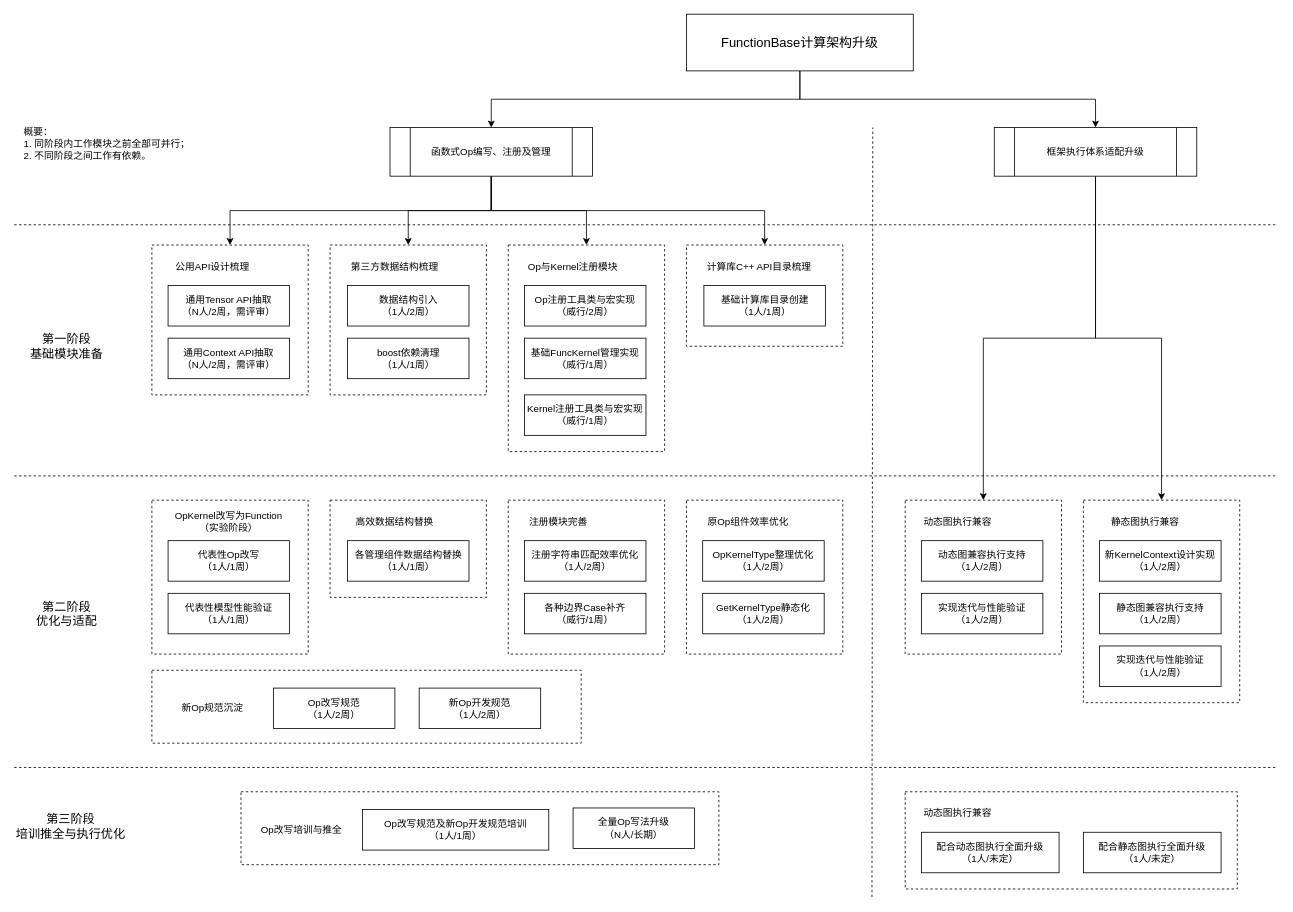
Before: page "Works" (1 of 10) of op2func.drawio in chenwhql/diagrams, a draw.io diagram. Source tidied: cells renumbered, new cells numbered last; positions are measured from the earlier drawing's top-left corner, leaving out a move shared by most shapes. Both pictures are drawn from the tidied source at 81%, with x=0, y=0 at pixel (14, 14).
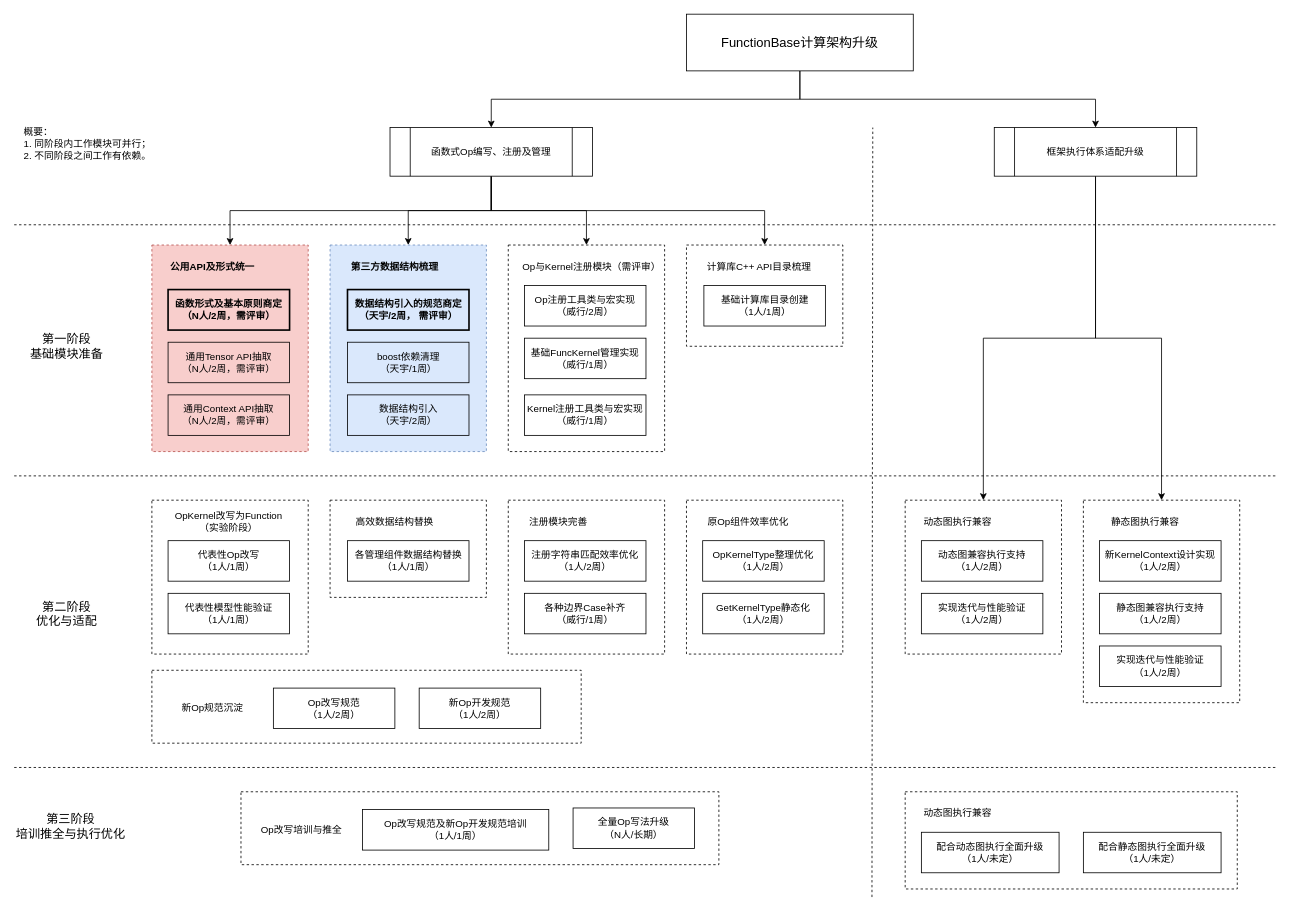
The same page after the edit.

Diff of the diagram source:
```diff
@@
-    <mxCell id="5" style="rounded=0;whiteSpace=wrap;html=1;dashed=1;fillColor=none;" parent="1" vertex="1">
-      <mxGeometry x="390" y="285" width="193" height="185" as="geometry" />
+    <mxCell id="5" style="rounded=0;whiteSpace=wrap;html=1;dashed=1;fillColor=#dae8fc;strokeColor=#6c8ebf;" parent="1" vertex="1">
+      <mxGeometry x="390" y="285" width="193" height="255" as="geometry" />
     </mxCell>
-    <mxCell id="6" style="rounded=0;whiteSpace=wrap;html=1;dashed=1;fillColor=none;" parent="1" vertex="1">
-      <mxGeometry x="170" y="285" width="193" height="185" as="geometry" />
+    <mxCell id="6" style="rounded=0;whiteSpace=wrap;html=1;dashed=1;fillColor=#f8cecc;strokeColor=#b85450;" parent="1" vertex="1">
+      <mxGeometry x="170" y="285" width="193" height="255" as="geometry" />
     </mxCell>
@@
-    <mxCell id="10" value="数据结构引入&lt;br&gt;（1人/2周）" style="text;html=1;fillColor=none;align=center;verticalAlign=middle;whiteSpace=wrap;rounded=0;strokeColor=#000000;" parent="1" vertex="1">
-      <mxGeometry x="411.5" y="335" width="150" height="50" as="geometry" />
+    <mxCell id="10" value="数据结构引入&lt;br&gt;（天宇/2周）" style="text;html=1;fillColor=none;align=center;verticalAlign=middle;whiteSpace=wrap;rounded=0;strokeColor=#000000;" parent="1" vertex="1">
+      <mxGeometry x="411.5" y="470" width="150" height="50" as="geometry" />
     </mxCell>
     <mxCell id="11" value="通用Tensor API抽取&lt;br&gt;（N人/2周，需评审）" style="text;html=1;fillColor=none;align=center;verticalAlign=middle;whiteSpace=wrap;rounded=0;strokeColor=#000000;" parent="1" vertex="1">
-      <mxGeometry x="190" y="335" width="150" height="50" as="geometry" />
+      <mxGeometry x="190" y="405" width="150" height="50" as="geometry" />
     </mxCell>
     <mxCell id="12" value="通用Context API抽取&lt;br&gt;（N人/2周，需评审）" style="text;html=1;fillColor=none;align=center;verticalAlign=middle;whiteSpace=wrap;rounded=0;strokeColor=#000000;" parent="1" vertex="1">
-      <mxGeometry x="190" y="400" width="150" height="50" as="geometry" />
+      <mxGeometry x="190" y="470" width="150" height="50" as="geometry" />
     </mxCell>
-    <mxCell id="13" value="boost依赖清理&lt;br&gt;（1人/1周）" style="text;html=1;fillColor=none;align=center;verticalAlign=middle;whiteSpace=wrap;rounded=0;strokeColor=#000000;" parent="1" vertex="1">
-      <mxGeometry x="411.5" y="400" width="150" height="50" as="geometry" />
+    <mxCell id="13" value="boost依赖清理&lt;br&gt;（天宇/1周）" style="text;html=1;fillColor=none;align=center;verticalAlign=middle;whiteSpace=wrap;rounded=0;strokeColor=#000000;" parent="1" vertex="1">
+      <mxGeometry x="411.5" y="405" width="150" height="50" as="geometry" />
     </mxCell>
@@
-    <mxCell id="23" value="公用API设计梳理" style="text;html=1;strokeColor=none;fillColor=none;align=center;verticalAlign=middle;whiteSpace=wrap;rounded=0;" parent="1" vertex="1">
+    <mxCell id="23" value="公用API及形式统一" style="text;html=1;strokeColor=none;fillColor=none;align=center;verticalAlign=middle;whiteSpace=wrap;rounded=0;fontStyle=1;" parent="1" vertex="1">
       <mxGeometry x="190" y="302" width="110" height="20" as="geometry" />
     </mxCell>
-    <mxCell id="24" value="第三方数据结构梳理" style="text;html=1;strokeColor=none;fillColor=none;align=center;verticalAlign=middle;whiteSpace=wrap;rounded=0;" parent="1" vertex="1">
+    <mxCell id="24" value="第三方数据结构梳理" style="text;html=1;strokeColor=none;fillColor=none;align=center;verticalAlign=middle;whiteSpace=wrap;rounded=0;fontStyle=1;" parent="1" vertex="1">
       <mxGeometry x="410" y="302" width="120" height="20" as="geometry" />
     </mxCell>
-    <mxCell id="25" style="rounded=0;whiteSpace=wrap;html=1;dashed=1;fillColor=none;" parent="1" vertex="1">
+    <mxCell id="25" style="rounded=0;whiteSpace=wrap;html=1;dashed=1;" parent="1" vertex="1">
       <mxGeometry x="610" y="285" width="193" height="255" as="geometry" />
     </mxCell>
-    <mxCell id="26" value="Op与Kernel注册模块" style="text;html=1;strokeColor=none;fillColor=none;align=center;verticalAlign=middle;whiteSpace=wrap;rounded=0;" parent="1" vertex="1">
-      <mxGeometry x="630" y="302" width="120" height="20" as="geometry" />
+    <mxCell id="26" value="Op与Kernel注册模块（需评审）" style="text;html=1;strokeColor=none;fillColor=none;align=center;verticalAlign=middle;whiteSpace=wrap;rounded=0;" parent="1" vertex="1">
+      <mxGeometry x="623" y="302" width="180" height="20" as="geometry" />
     </mxCell>
@@
-    <mxCell id="34" value="&lt;div&gt;&lt;span&gt;概要：&lt;/span&gt;&lt;/div&gt;&lt;div&gt;&lt;span&gt;1. 同阶段内工作模块之前全部可并行；&lt;/span&gt;&lt;/div&gt;&lt;div&gt;&lt;span&gt;2. 不同阶段之间工作有依赖。&lt;/span&gt;&lt;/div&gt;" style="text;html=1;strokeColor=none;fillColor=none;align=left;verticalAlign=middle;whiteSpace=wrap;rounded=0;dashed=1;" parent="1" vertex="1">
+    <mxCell id="34" value="&lt;div&gt;&lt;span&gt;概要：&lt;/span&gt;&lt;/div&gt;&lt;div&gt;&lt;span&gt;1. 同阶段内工作模块可并行；&lt;/span&gt;&lt;/div&gt;&lt;div&gt;&lt;span&gt;2. 不同阶段之间工作有依赖。&lt;/span&gt;&lt;/div&gt;" style="text;html=1;strokeColor=none;fillColor=none;align=left;verticalAlign=middle;whiteSpace=wrap;rounded=0;dashed=1;" parent="1" vertex="1">
       <mxGeometry x="10" y="120" width="260" height="80" as="geometry" />
     </mxCell>
@@
+    <mxCell id="73" value="函数形式及基本原则商定&lt;br&gt;（N人/2周，需评审）" style="text;html=1;fillColor=none;align=center;verticalAlign=middle;whiteSpace=wrap;rounded=0;strokeColor=#000000;fontStyle=1;strokeWidth=2;" parent="1" vertex="1">
+      <mxGeometry x="190" y="340" width="150" height="50" as="geometry" />
+    </mxCell>
+    <mxCell id="74" value="数据结构引入的规范商定&lt;br&gt;（天宇/2周， 需评审）" style="text;html=1;fillColor=none;align=center;verticalAlign=middle;whiteSpace=wrap;rounded=0;strokeColor=#000000;fontStyle=1;strokeWidth=2;" parent="1" vertex="1">
+      <mxGeometry x="411.5" y="340" width="150" height="50" as="geometry" />
+    </mxCell>
```
